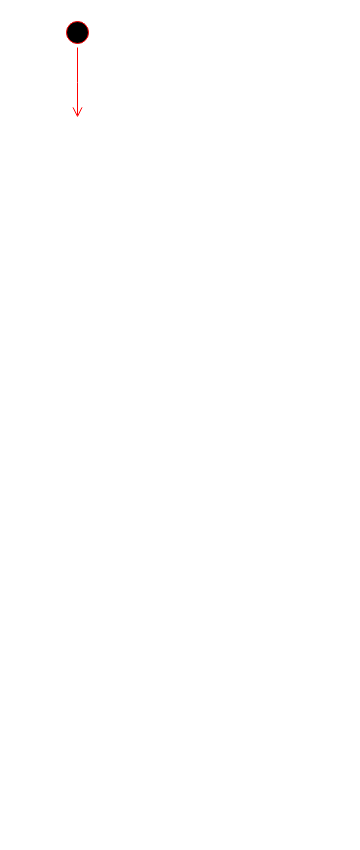
Earlier version of the draw.io diagram Diagramme sans nom.drawio (Caporal6/Dump_Genie). Source tidied: cells renumbered, new cells numbered last; positions are measured from the earlier drawing's top-left corner, leaving out a move shared by most shapes. Both pictures are drawn from the tidied source at 100%, with x=0, y=0 at pixel (62, 17).
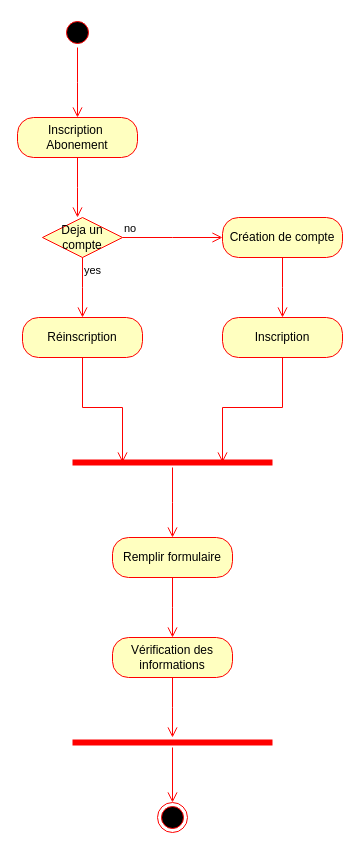
After the change.

Commit message:
Mettre à jour Diagramme Workflow.drawio

What changed in the source:
```diff
@@
+    <mxCell id="4" value="Inscription&amp;nbsp;&lt;br&gt;Abonement" style="rounded=1;whiteSpace=wrap;html=1;arcSize=40;fontColor=#000000;fillColor=#ffffc0;strokeColor=#ff0000;" parent="1" vertex="1">
+      <mxGeometry x="-45" y="100" width="120" height="40" as="geometry" />
+    </mxCell>
+    <mxCell id="5" style="edgeStyle=orthogonalEdgeStyle;html=1;verticalAlign=bottom;endArrow=open;endSize=8;strokeColor=#ff0000;rounded=0;" parent="1" edge="1" source="4">
+      <mxGeometry relative="1" as="geometry">
+        <mxPoint x="15" y="200" as="targetPoint" />
+      </mxGeometry>
+    </mxCell>
+    <mxCell id="6" value="Deja un compte" style="rhombus;whiteSpace=wrap;html=1;fontColor=#000000;fillColor=#ffffc0;strokeColor=#ff0000;" parent="1" vertex="1">
+      <mxGeometry x="-20" y="200" width="80" height="40" as="geometry" />
+    </mxCell>
+    <mxCell id="7" value="no" style="edgeStyle=orthogonalEdgeStyle;html=1;align=left;verticalAlign=bottom;endArrow=open;endSize=8;strokeColor=#ff0000;rounded=0;" parent="1" edge="1" source="6">
+      <mxGeometry x="-1" relative="1" as="geometry">
+        <mxPoint x="160" y="220" as="targetPoint" />
+      </mxGeometry>
+    </mxCell>
+    <mxCell id="8" value="yes" style="edgeStyle=orthogonalEdgeStyle;html=1;align=left;verticalAlign=top;endArrow=open;endSize=8;strokeColor=#ff0000;rounded=0;" parent="1" edge="1" source="6">
+      <mxGeometry x="-1" relative="1" as="geometry">
+        <mxPoint x="20" y="300" as="targetPoint" />
+      </mxGeometry>
+    </mxCell>
+    <mxCell id="9" value="Création de compte" style="rounded=1;whiteSpace=wrap;html=1;arcSize=40;fontColor=#000000;fillColor=#ffffc0;strokeColor=#ff0000;" parent="1" vertex="1">
+      <mxGeometry x="160" y="200" width="120" height="40" as="geometry" />
+    </mxCell>
+    <mxCell id="10" style="edgeStyle=orthogonalEdgeStyle;html=1;verticalAlign=bottom;endArrow=open;endSize=8;strokeColor=#ff0000;rounded=0;" parent="1" edge="1" source="9">
+      <mxGeometry relative="1" as="geometry">
+        <mxPoint x="220" y="300" as="targetPoint" />
+      </mxGeometry>
+    </mxCell>
+    <mxCell id="11" value="Réinscription" style="rounded=1;whiteSpace=wrap;html=1;arcSize=40;fontColor=#000000;fillColor=#ffffc0;strokeColor=#ff0000;" parent="1" vertex="1">
+      <mxGeometry x="-40" y="300" width="120" height="40" as="geometry" />
+    </mxCell>
+    <mxCell id="12" style="edgeStyle=orthogonalEdgeStyle;html=1;verticalAlign=bottom;endArrow=open;endSize=8;strokeColor=#ff0000;rounded=0;entryX=0.25;entryY=0.5;entryDx=0;entryDy=0;entryPerimeter=0;" parent="1" edge="1" source="11" target="15">
+      <mxGeometry relative="1" as="geometry" />
+    </mxCell>
+    <mxCell id="13" value="Inscription" style="rounded=1;whiteSpace=wrap;html=1;arcSize=40;fontColor=#000000;fillColor=#ffffc0;strokeColor=#ff0000;" parent="1" vertex="1">
+      <mxGeometry x="160" y="300" width="120" height="40" as="geometry" />
+    </mxCell>
+    <mxCell id="14" style="edgeStyle=orthogonalEdgeStyle;html=1;verticalAlign=bottom;endArrow=open;endSize=8;strokeColor=#ff0000;rounded=0;entryX=0.75;entryY=0.5;entryDx=0;entryDy=0;entryPerimeter=0;" parent="1" edge="1" source="13" target="15">
+      <mxGeometry relative="1" as="geometry" />
+    </mxCell>
+    <mxCell id="15" style="shape=line;html=1;strokeWidth=6;strokeColor=#ff0000;" parent="1" vertex="1">
+      <mxGeometry x="10" y="440" width="200" height="10" as="geometry" />
+    </mxCell>
+    <mxCell id="16" style="edgeStyle=orthogonalEdgeStyle;html=1;verticalAlign=bottom;endArrow=open;endSize=8;strokeColor=#ff0000;rounded=0;" parent="1" edge="1" source="15">
+      <mxGeometry relative="1" as="geometry">
+        <mxPoint x="110" y="520" as="targetPoint" />
+      </mxGeometry>
+    </mxCell>
+    <mxCell id="17" value="Remplir formulaire" style="rounded=1;whiteSpace=wrap;html=1;arcSize=40;fontColor=#000000;fillColor=#ffffc0;strokeColor=#ff0000;" parent="1" vertex="1">
+      <mxGeometry x="50" y="520" width="120" height="40" as="geometry" />
+    </mxCell>
+    <mxCell id="18" style="edgeStyle=orthogonalEdgeStyle;html=1;verticalAlign=bottom;endArrow=open;endSize=8;strokeColor=#ff0000;rounded=0;" parent="1" edge="1" source="17">
+      <mxGeometry relative="1" as="geometry">
+        <mxPoint x="110" y="620" as="targetPoint" />
+      </mxGeometry>
+    </mxCell>
+    <mxCell id="19" value="Vérification des informations" style="rounded=1;whiteSpace=wrap;html=1;arcSize=40;fontColor=#000000;fillColor=#ffffc0;strokeColor=#ff0000;" parent="1" vertex="1">
+      <mxGeometry x="50" y="620" width="120" height="40" as="geometry" />
+    </mxCell>
+    <mxCell id="20" style="edgeStyle=orthogonalEdgeStyle;html=1;verticalAlign=bottom;endArrow=open;endSize=8;strokeColor=#ff0000;rounded=0;" parent="1" edge="1" source="19">
+      <mxGeometry relative="1" as="geometry">
+        <mxPoint x="110" y="720" as="targetPoint" />
+      </mxGeometry>
+    </mxCell>
+    <mxCell id="21" style="shape=line;html=1;strokeWidth=6;strokeColor=#ff0000;" parent="1" vertex="1">
+      <mxGeometry x="10" y="720" width="200" height="10" as="geometry" />
+    </mxCell>
+    <mxCell id="22" style="edgeStyle=orthogonalEdgeStyle;html=1;verticalAlign=bottom;endArrow=open;endSize=8;strokeColor=#ff0000;rounded=0;" parent="1" edge="1" source="21" target="23">
+      <mxGeometry relative="1" as="geometry" />
+    </mxCell>
+    <mxCell id="23" style="ellipse;html=1;shape=endState;fillColor=#000000;strokeColor=#ff0000;" parent="1" vertex="1">
+      <mxGeometry x="95" y="785" width="30" height="30" as="geometry" />
+    </mxCell>
```
